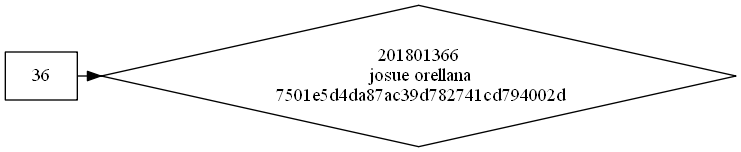
Guillermo-O-C/EDD_1S20200_PY2_201801366 keeps this Graphviz diagram as Graphics/HashTable.png. Above is the earlier version. Its source is kept beside it as TextFiles/HashTable.dot.
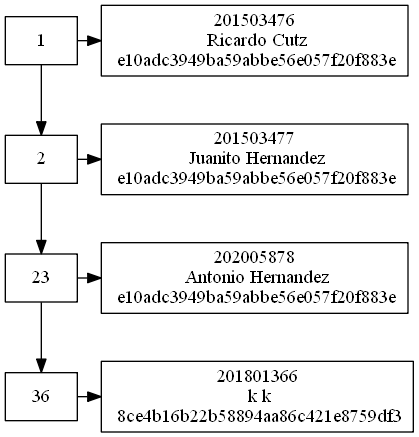
Above is the later version.

What changed in the source:
```diff
@@ -1,6 +1,12 @@
 digraph G {
- node[shape=diamond]
-Slot_36;Slot_36->201801366[constraint=true];
+ node[shape=box]
+Slot_1->Slot_2->Slot_23->Slot_36;Slot_1->201503476[constraint=true];
+Slot_2->201503477[constraint=true];
+Slot_23->202005878[constraint=true];
+Slot_36->201801366[constraint=true];
+{rank=same Slot_1 201503476}
+{rank=same Slot_2 201503477}
+{rank=same Slot_23 202005878}
 {rank=same Slot_36 201801366}
-Slot_36[label="36" shape=box];201801366[label="201801366\n josue orellana\n 7501e5d4da87ac39d782741cd794002d"]
+Slot_1[label="1"];201503476[label="201503476\n Ricardo Cutz\n e10adc3949ba59abbe56e057f20f883e"]Slot_2[label="2"];201503477[label="201503477\n Juanito Hernandez\n e10adc3949ba59abbe56e057f20f883e"]Slot_23[label="23"];202005878[label="202005878\n Antonio Hernandez\n e10adc3949ba59abbe56e057f20f883e"]Slot_36[label="36"];201801366[label="201801366\n k k\n 8ce4b16b22b58894aa86c421e8759df3"]
 }}
```
